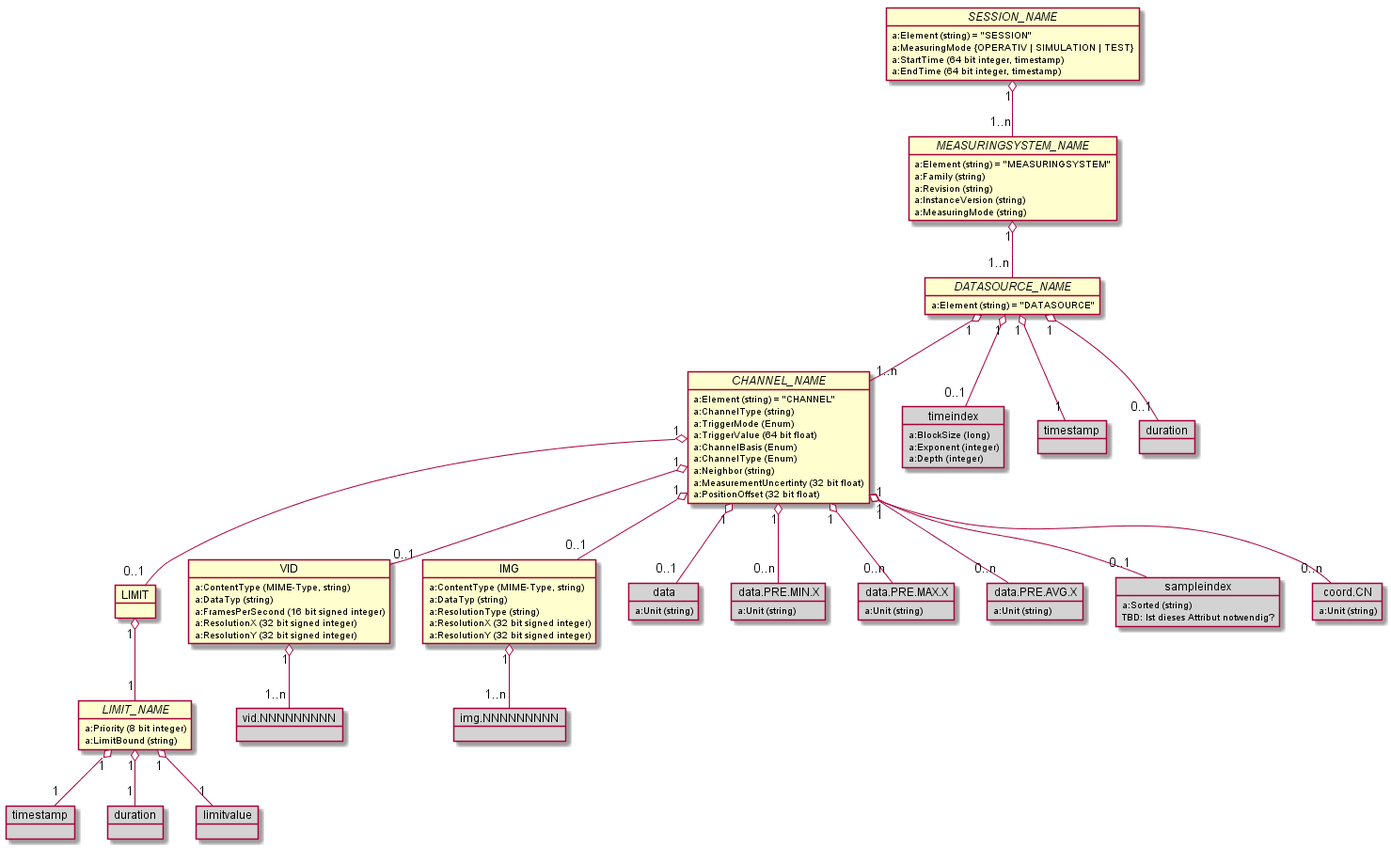
The PlantUML diagram images/generated/RCM_DX_MS_overview.png in OpenRailAssociation/rcm-dx, before a commit.
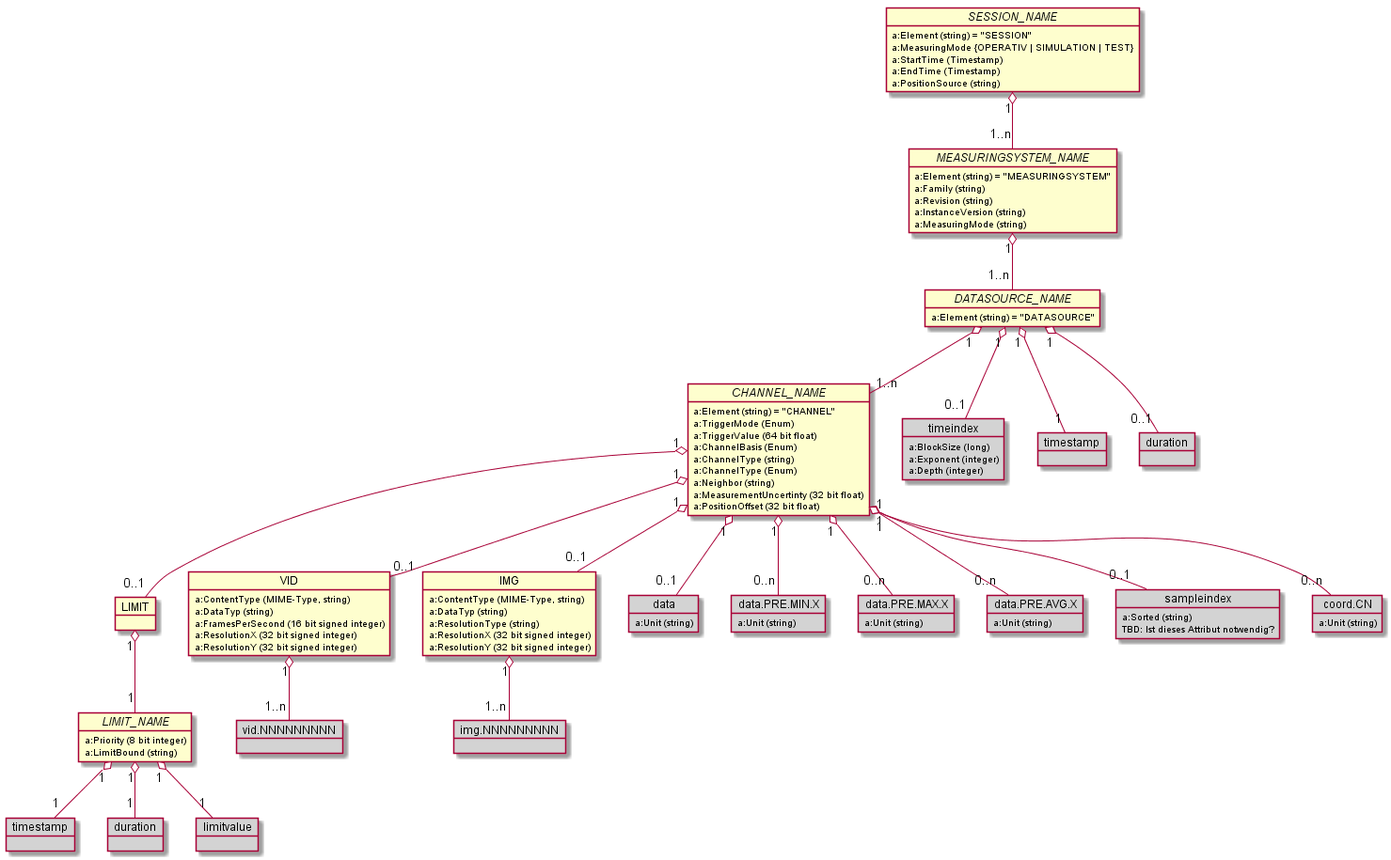
The same file after the commit.

What changed in the source:
```diff
@@ -3,8 +3,9 @@
   object "//SESSION_NAME//" as session_name {
     a:Element (string) = "SESSION"
     a:MeasuringMode {OPERATIV | SIMULATION | TEST}
-    a:StartTime (64 bit integer, timestamp)
-    a:EndTime (64 bit integer, timestamp)
+    a:StartTime (Timestamp)
+    a:EndTime (Timestamp)
+    a:PositionSource (string)
   }
 
   object "//MEASURINGSYSTEM_NAME//" as measuringsystem_name {
@@ -28,10 +29,10 @@
 
   object "//CHANNEL_NAME//" as channel_name {
     a:Element (string) = "CHANNEL"
-    a:ChannelType (string)
     a:TriggerMode (Enum)
     a:TriggerValue (64 bit float)
     a:ChannelBasis (Enum)
+    a:ChannelType (string)
     a:ChannelType (Enum)
     a:Neighbor (string)
     a:MeasurementUncertinty (32 bit float)
```
